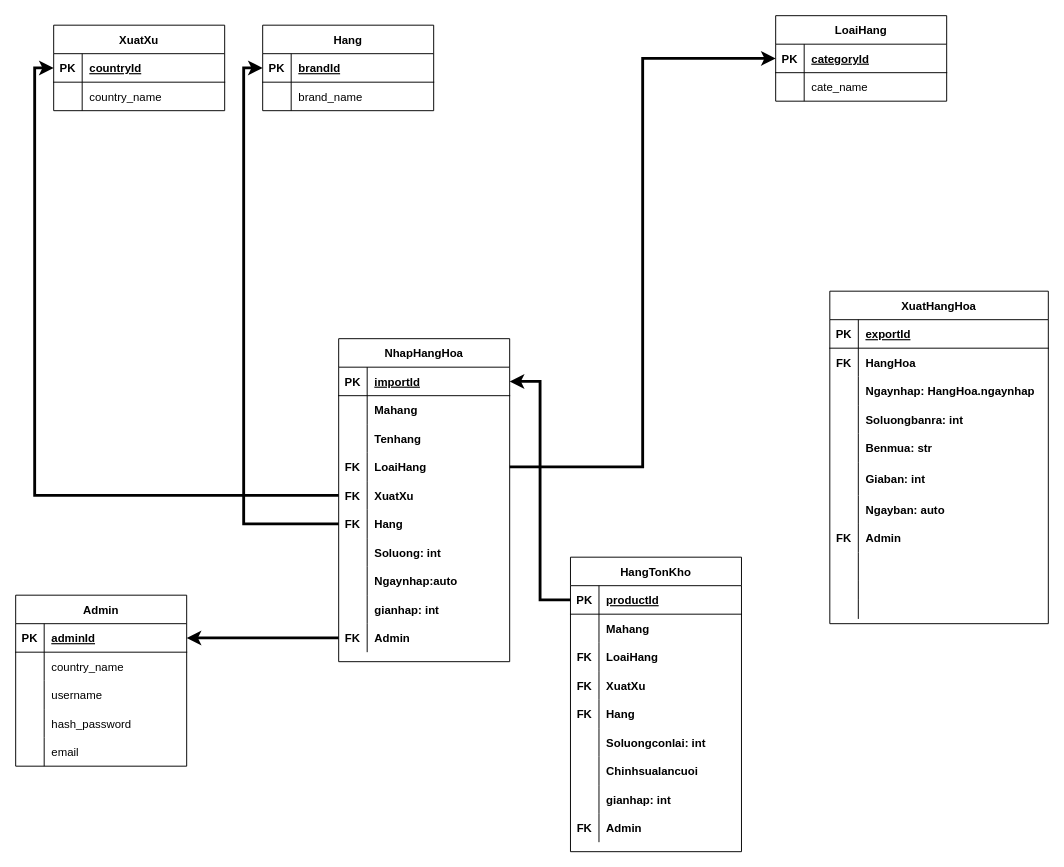
This is goodsDatabase.drawio from huytan0812/huytan0812.github.io, a draw.io file, before an edit. Source tidied: cells renumbered, new cells numbered last; positions are measured from the earlier drawing's top-left corner, leaving out a move shared by most shapes. Both pictures are drawn from the tidied source at 95%, with x=0, y=0 at pixel (15, 15).
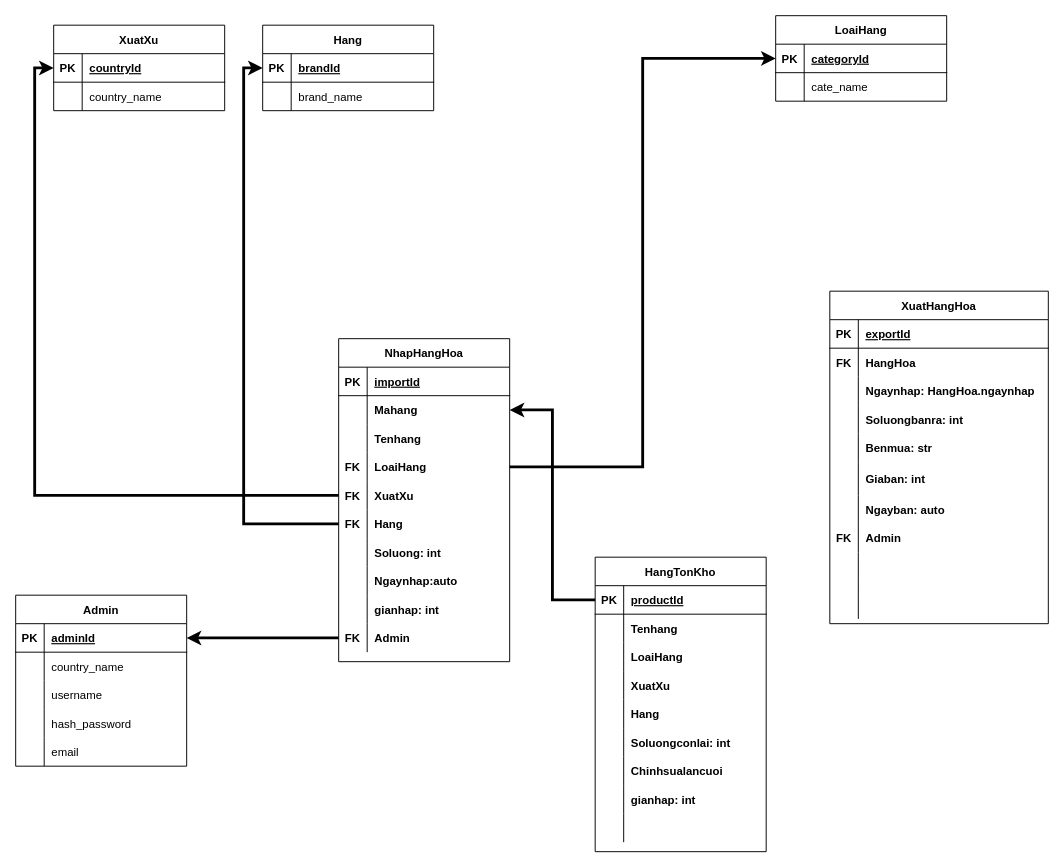
Above is the later version.

The change refers to these unchanged cells:
```xml
<mxCell id="24" style="shape=tableRow;horizontal=0;startSize=0;swimlaneHead=0;swimlaneBody=0;fillColor=none;points=[[0,0.5],[1,0.5]];portConstraint=eastwest;top=0;left=0;right=0;bottom=1;" parent="23" vertex="1">
  <mxGeometry y="30" width="180" height="30" as="geometry" />
</mxCell>
<mxCell id="27" style="shape=tableRow;horizontal=0;startSize=0;swimlaneHead=0;swimlaneBody=0;fillColor=none;points=[[0,0.5],[1,0.5]];portConstraint=eastwest;top=0;left=0;right=0;bottom=0;" parent="23" vertex="1">
  <mxGeometry y="60" width="180" height="30" as="geometry" />
</mxCell>
<mxCell id="108" style="shape=tableRow;horizontal=0;startSize=0;swimlaneHead=0;swimlaneBody=0;fillColor=none;points=[[0,0.5],[1,0.5]];portConstraint=eastwest;top=0;left=0;right=0;bottom=1;" parent="107" vertex="1">
  <mxGeometry y="30" width="180" height="30" as="geometry" />
</mxCell>
<mxCell id="111" style="shape=tableRow;horizontal=0;startSize=0;swimlaneHead=0;swimlaneBody=0;fillColor=none;top=0;left=0;right=0;bottom=0;" parent="107" vertex="1">
  <mxGeometry y="60" width="180" height="30" as="geometry" />
</mxCell>
<mxCell id="114" style="shape=tableRow;horizontal=0;startSize=0;swimlaneHead=0;swimlaneBody=0;fillColor=none;top=0;left=0;right=0;bottom=0;" parent="107" vertex="1">
  <mxGeometry y="90" width="180" height="30" as="geometry" />
</mxCell>
<mxCell id="117" style="shape=tableRow;horizontal=0;startSize=0;swimlaneHead=0;swimlaneBody=0;fillColor=none;top=0;left=0;right=0;bottom=0;" parent="107" vertex="1">
  <mxGeometry y="120" width="180" height="30" as="geometry" />
</mxCell>
<mxCell id="120" style="shape=tableRow;horizontal=0;startSize=0;swimlaneHead=0;swimlaneBody=0;fillColor=none;top=0;left=0;right=0;bottom=0;" parent="107" vertex="1">
  <mxGeometry y="150" width="180" height="30" as="geometry" />
</mxCell>
<mxCell id="132" style="shape=tableRow;horizontal=0;startSize=0;swimlaneHead=0;swimlaneBody=0;fillColor=none;top=0;left=0;right=0;bottom=0;" parent="107" vertex="1">
  <mxGeometry y="270" width="180" height="30" as="geometry" />
</mxCell>
```

Change to the diagram source:
```diff
@@
     <mxCell id="107" value="HangTonKho" style="shape=table;startSize=30;childLayout=tableLayout;rowLines=0;fontStyle=1;align=center;" parent="1" vertex="1">
-      <mxGeometry x="584" y="570" width="180" height="310" as="geometry" />
+      <mxGeometry x="610" y="570" width="180" height="310" as="geometry" />
     </mxCell>
@@
-    <mxCell id="112" style="shape=partialRectangle;fillColor=none;top=0;left=0;bottom=0;right=0;overflow=hidden;" parent="111" vertex="1">
+    <mxCell id="112" style="shape=partialRectangle;fillColor=none;top=0;left=0;bottom=0;right=0;overflow=hidden;fontStyle=1;" parent="111" vertex="1">
       <mxGeometry width="30" height="30" as="geometry" />
     </mxCell>
-    <mxCell id="113" value="Mahang" style="shape=partialRectangle;fillColor=none;top=0;left=0;bottom=0;right=0;align=left;spacingLeft=6;overflow=hidden;fontStyle=1;" parent="111" vertex="1">
+    <mxCell id="113" value="Tenhang" style="shape=partialRectangle;fillColor=none;top=0;left=0;bottom=0;right=0;align=left;spacingLeft=6;overflow=hidden;fontStyle=1;" parent="111" vertex="1">
       <mxGeometry x="30" width="150" height="30" as="geometry" />
     </mxCell>
@@
-    <mxCell id="115" value="FK" style="shape=partialRectangle;fillColor=none;top=0;left=0;bottom=0;right=0;overflow=hidden;fontStyle=1;" parent="114" vertex="1">
+    <mxCell id="115" style="shape=partialRectangle;fillColor=none;top=0;left=0;bottom=0;right=0;overflow=hidden;fontStyle=1;" parent="114" vertex="1">
       <mxGeometry width="30" height="30" as="geometry" />
     </mxCell>
@@
-    <mxCell id="118" value="FK" style="shape=partialRectangle;fillColor=none;top=0;left=0;bottom=0;right=0;overflow=hidden;fontStyle=1;" parent="117" vertex="1">
+    <mxCell id="118" style="shape=partialRectangle;fillColor=none;top=0;left=0;bottom=0;right=0;overflow=hidden;fontStyle=1;" parent="117" vertex="1">
       <mxGeometry width="30" height="30" as="geometry" />
     </mxCell>
@@
-    <mxCell id="121" value="FK" style="shape=partialRectangle;fillColor=none;top=0;left=0;bottom=0;right=0;overflow=hidden;fontStyle=1;" parent="120" vertex="1">
+    <mxCell id="121" style="shape=partialRectangle;fillColor=none;top=0;left=0;bottom=0;right=0;overflow=hidden;fontStyle=1;" parent="120" vertex="1">
       <mxGeometry width="30" height="30" as="geometry" />
     </mxCell>
@@
-    <mxCell id="133" value="FK" style="shape=partialRectangle;fillColor=none;top=0;left=0;bottom=0;right=0;overflow=hidden;fontStyle=1;" parent="132" vertex="1">
+    <mxCell id="133" style="shape=partialRectangle;fillColor=none;top=0;left=0;bottom=0;right=0;overflow=hidden;fontStyle=1;" parent="132" vertex="1">
       <mxGeometry width="30" height="30" as="geometry" />
     </mxCell>
-    <mxCell id="134" value="Admin" style="shape=partialRectangle;fillColor=none;top=0;left=0;bottom=0;right=0;align=left;spacingLeft=6;overflow=hidden;fontStyle=1;" parent="132" vertex="1">
+    <mxCell id="134" style="shape=partialRectangle;fillColor=none;top=0;left=0;bottom=0;right=0;align=left;spacingLeft=6;overflow=hidden;fontStyle=1;" parent="132" vertex="1">
       <mxGeometry x="30" width="150" height="30" as="geometry" />
     </mxCell>
@@
-    <mxCell id="136" style="edgeStyle=orthogonalEdgeStyle;rounded=0;jettySize=auto;html=1;entryX=1;entryY=0.5;entryDx=0;entryDy=0;strokeWidth=3;" parent="1" edge="1" source="108" target="24">
-      <mxGeometry relative="1" as="geometry" />
-    </mxCell>
+    <mxCell id="137" style="edgeStyle=orthogonalEdgeStyle;rounded=0;jettySize=auto;html=1;entryX=1;entryY=0.5;entryDx=0;entryDy=0;strokeWidth=3;" parent="1" edge="1" source="108" target="27">
+      <mxGeometry relative="1" as="geometry" />
+    </mxCell>
```
